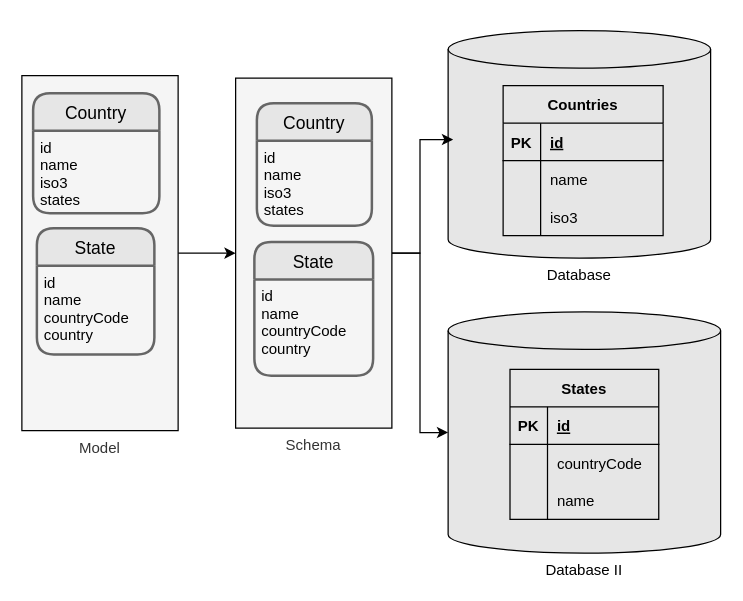
Earlier version of the draw.io diagram design/schema4.drawio (lambda-orm/lambdaorm). Source tidied: cells renumbered, new cells numbered last; positions are measured from the earlier drawing's top-left corner, leaving out a move shared by most shapes. Both pictures are drawn from the tidied source at 125%, with x=0, y=0 at pixel (21, 30).
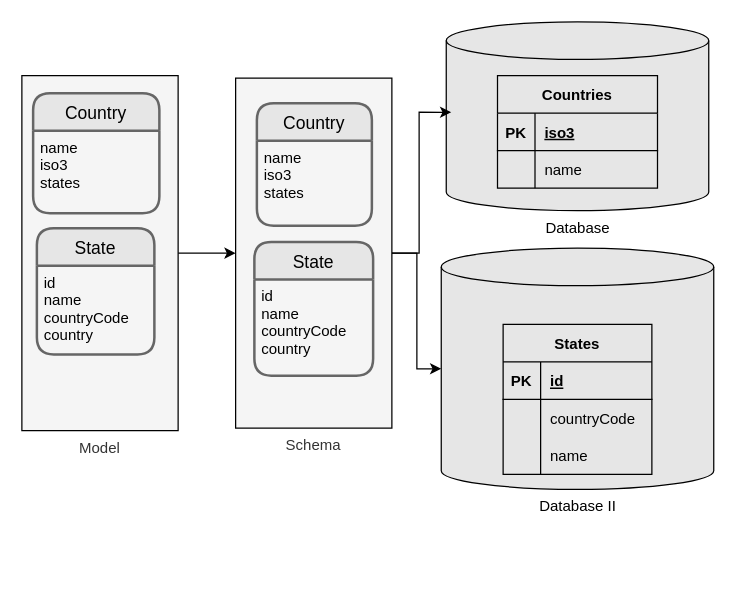
The same diagram, later.

Unchanged cells that the change refers to:
```xml
<mxCell id="5" value="Country" style="swimlane;horizontal=1;startSize=30;rounded=1;fontSize=14;fontStyle=0;strokeWidth=2;shadow=0;dashed=0;align=center;fontColor=#000000;fillColor=#E6E6E6;strokeColor=#666666;" parent="1" vertex="1">
  <mxGeometry x="9" y="50" width="101" height="96" as="geometry" />
</mxCell>
<mxCell id="10" style="shape=partialRectangle;fillColor=none;top=0;left=0;bottom=1;right=0;" parent="9" vertex="1">
  <mxGeometry y="30" width="128" height="30" as="geometry" />
</mxCell>
<mxCell id="22" value="Country" style="swimlane;horizontal=1;startSize=30;rounded=1;fontSize=14;fontStyle=0;strokeWidth=2;shadow=0;dashed=0;align=center;fontColor=#000000;fillColor=#E6E6E6;strokeColor=#666666;" parent="1" vertex="1">
  <mxGeometry x="188" y="58" width="92" height="98" as="geometry" />
</mxCell>
```

The edit, as a diff of the source:
```diff
@@
     <mxCell id="4" value="Database" style="shape=cylinder3;whiteSpace=wrap;html=1;boundedLbl=1;backgroundOutline=1;size=15;fillColor=#E6E6E6;strokeColor=#000000;labelPosition=center;verticalLabelPosition=bottom;align=center;verticalAlign=top;fontColor=#000000;" parent="1" vertex="1">
-      <mxGeometry x="341" width="210" height="182" as="geometry" />
+      <mxGeometry x="339.5" y="-7" width="210" height="151" as="geometry" />
     </mxCell>
@@
-    <mxCell id="6" value="id&#10;name&#10;iso3&#10;states" style="align=left;strokeColor=none;fillColor=none;spacingLeft=4;fontSize=12;verticalAlign=top;fontColor=#000000;" parent="5" vertex="1">
+    <mxCell id="6" value="name&#10;iso3&#10;states" style="align=left;strokeColor=none;fillColor=none;spacingLeft=4;fontSize=12;verticalAlign=top;fontColor=#000000;" parent="5" vertex="1">
       <mxGeometry y="30" width="101" height="66" as="geometry" />
     </mxCell>
@@
     <mxCell id="9" value="Countries" style="shape=table;startSize=30;childLayout=tableLayout;rowLines=0;fontStyle=1;align=center;fontColor=#000000;strokeColor=#000000;fillColor=#E6E6E6;" parent="1" vertex="1">
-      <mxGeometry x="385" y="44" width="128" height="120" as="geometry" />
+      <mxGeometry x="380.5" y="36" width="128" height="90" as="geometry" />
     </mxCell>
@@
-    <mxCell id="12" value="id" style="shape=partialRectangle;fillColor=none;top=0;left=0;bottom=0;right=0;align=left;spacingLeft=6;fontStyle=5;overflow=hidden;fontColor=#000000;" parent="10" vertex="1">
+    <mxCell id="12" value="iso3" style="shape=partialRectangle;fillColor=none;top=0;left=0;bottom=0;right=0;align=left;spacingLeft=6;fontStyle=5;overflow=hidden;fontColor=#000000;" parent="10" vertex="1">
       <mxGeometry x="30" width="98" height="30" as="geometry" />
     </mxCell>
@@
-    <mxCell id="16" style="shape=partialRectangle;fillColor=none;top=0;left=0;bottom=0;right=0;" parent="9" vertex="1">
-      <mxGeometry y="90" width="128" height="30" as="geometry" />
-    </mxCell>
-    <mxCell id="17" style="shape=partialRectangle;fillColor=none;top=0;left=0;bottom=0;right=0;overflow=hidden;" parent="16" vertex="1">
-      <mxGeometry width="30" height="30" as="geometry" />
-    </mxCell>
-    <mxCell id="18" value="iso3" style="shape=partialRectangle;fillColor=none;top=0;left=0;bottom=0;right=0;align=left;spacingLeft=6;overflow=hidden;fontColor=#000000;" parent="16" vertex="1">
-      <mxGeometry x="30" width="98" height="30" as="geometry" />
-    </mxCell>
@@
-    <mxCell id="23" value="id&#10;name&#10;iso3&#10;states" style="align=left;strokeColor=none;fillColor=none;spacingLeft=4;fontSize=12;verticalAlign=top;fontColor=#000000;" parent="22" vertex="1">
+    <mxCell id="23" value="name&#10;iso3&#10;states" style="align=left;strokeColor=none;fillColor=none;spacingLeft=4;fontSize=12;verticalAlign=top;fontColor=#000000;" parent="22" vertex="1">
       <mxGeometry y="30" width="92" height="68" as="geometry" />
     </mxCell>
@@
     <mxCell id="26" value="Database II" style="shape=cylinder3;whiteSpace=wrap;html=1;boundedLbl=1;backgroundOutline=1;size=15;fillColor=#E6E6E6;strokeColor=#000000;labelPosition=center;verticalLabelPosition=bottom;align=center;verticalAlign=top;fontColor=#000000;" parent="1" vertex="1">
-      <mxGeometry x="341" y="225" width="218" height="193" as="geometry" />
+      <mxGeometry x="335.5" y="174" width="218" height="193" as="geometry" />
     </mxCell>
     <mxCell id="27" value="States" style="shape=table;startSize=30;childLayout=tableLayout;rowLines=0;fontStyle=1;align=center;fontColor=#000000;strokeColor=#000000;fillColor=#E6E6E6;" parent="1" vertex="1">
-      <mxGeometry x="390.5" y="271" width="119" height="120" as="geometry" />
+      <mxGeometry x="385" y="235" width="119" height="120" as="geometry" />
     </mxCell>
```
